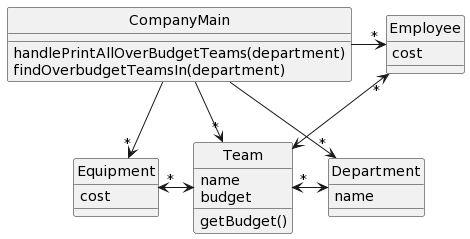
Above: Homework/DesignProblems/DP4/DP4_A.png in RHIT-CSSE/csse220 (PlantUML), before the change. The source it was exported from:
```plantuml
@startuml
skinparam style strictuml

class CompanyMain {
  handlePrintAllOverBudgetTeams(department)
findOverbudgetTeamsIn(department)
  }
class Department {
  name
}
class Team {
  name
  budget
  getBudget()
}

class Employee {
  cost
}

class Equipment {
  cost
}

CompanyMain -> "*" Department
CompanyMain --> "*" Team
CompanyMain -> "*" Equipment
CompanyMain -> "*" Employee
Team "*" <-> Department
Equipment "*" <-> Team
Employee "*" <-> Team
@enduml
```
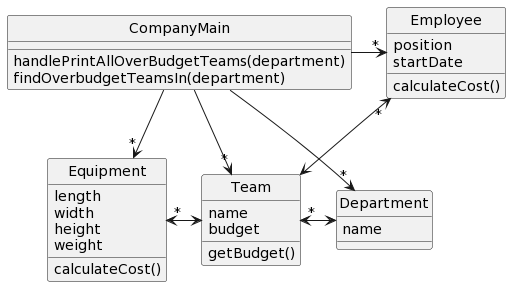
The same file after the commit.

Change to the diagram source:
```diff
@@ -3,7 +3,7 @@
 
 class CompanyMain {
   handlePrintAllOverBudgetTeams(department)
-findOverbudgetTeamsIn(department)
+  findOverbudgetTeamsIn(department)
   }
 class Department {
   name
@@ -15,11 +15,17 @@
 }
 
 class Employee {
-  cost
+  position
+  startDate
+  calculateCost()
 }
 
 class Equipment {
-  cost
+  length
+  width
+  height
+  weight
+  calculateCost()
 }
 
 CompanyMain -> "*" Department
```
